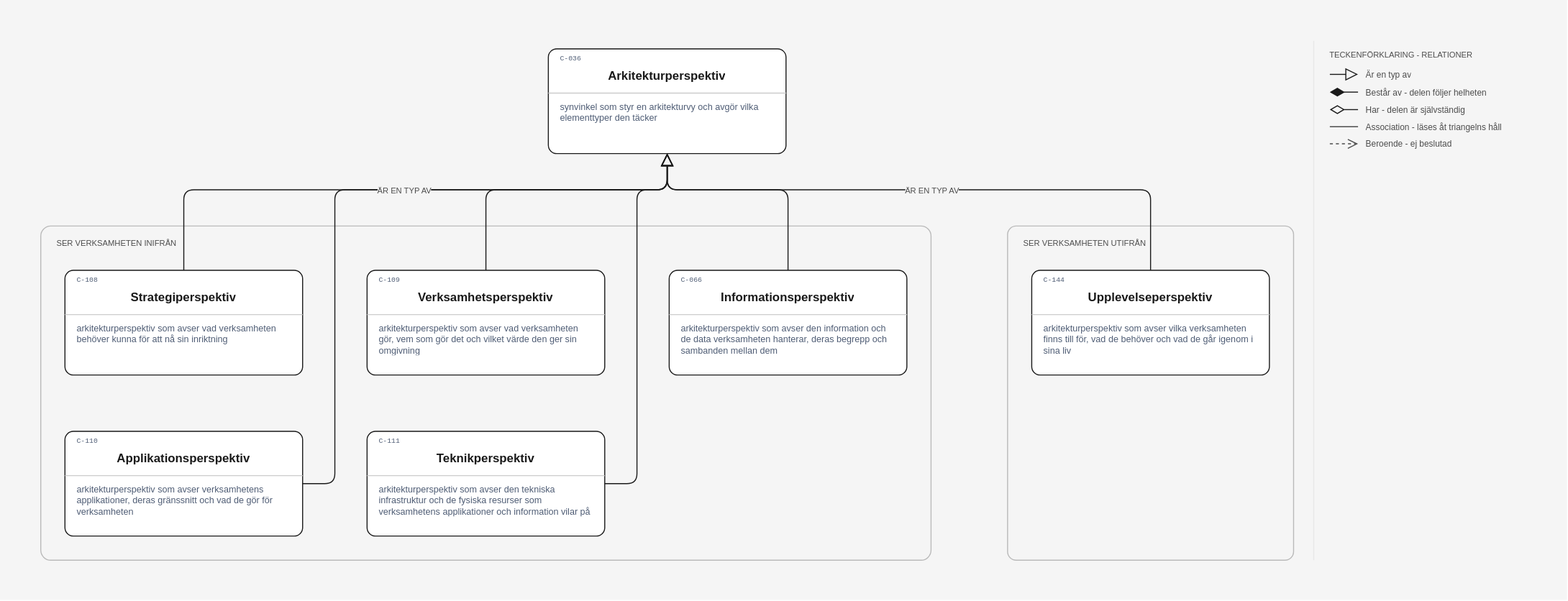
Above: layout/Arkitekturperspektiv.drawio.svg in nickdin/gestaltadet-katalog (draw.io), before the change. Source tidied: cells renumbered, new cells last; positions are measured from the earlier drawing's top-left corner, leaving out a move shared by most shapes.
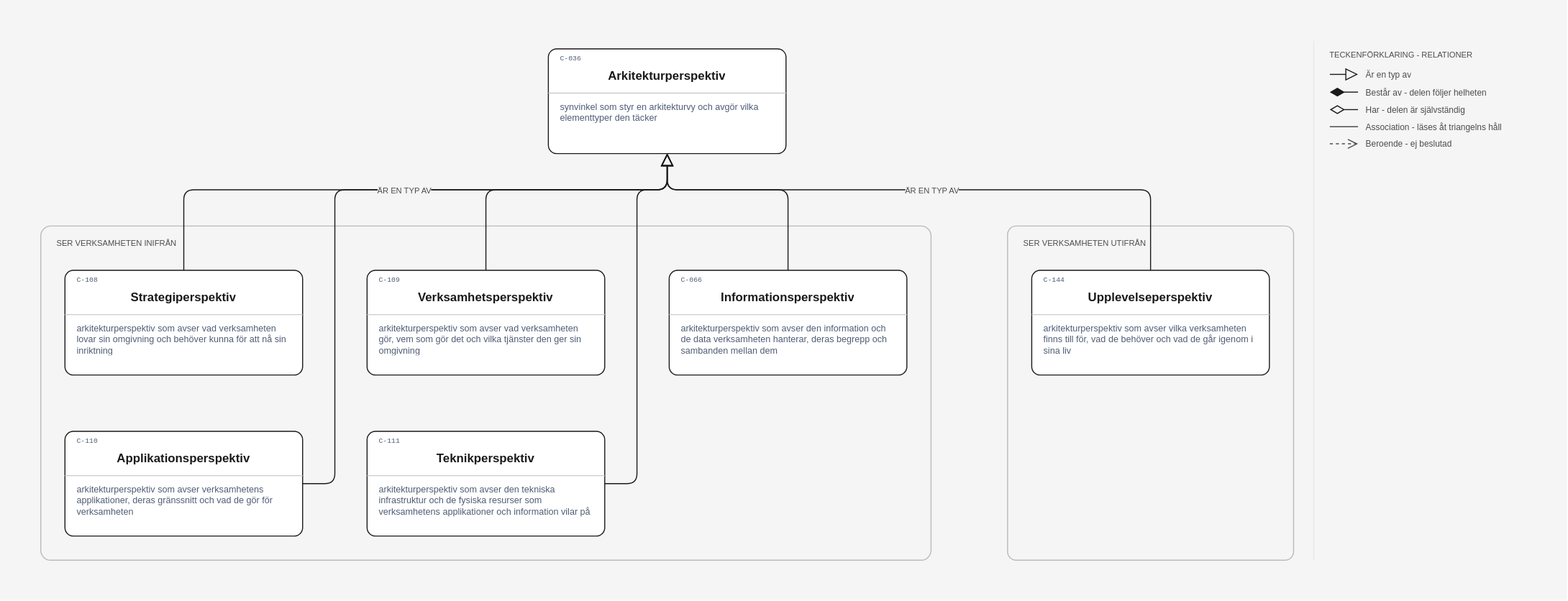
Above is the later version.

Commit message:
Ritningen Arkitekturperspektiv aktualiserad mot lagret: 0 pilar ändrade, 0 tillagda, 0 borttagna; definitionerna för Strategiperspektiv (C-108) och Verksamhetsperspektiv (C-109) hämtade ur katalogen

Alla sex generaliseringar till Arkitekturperspektiv (C-036) stämmer med lagrets generic-relationer. Rutorna byggdes om med catalog_sync.py och filen exporterades om med samma uppställning.

Stänger #75

Claude-Session: https://claude.ai/code/session_014hgawNBSmezrcKX8vMpay7

Change to the diagram source:
```diff
@@ -50,8 +50,8 @@
     <mxCell id="15" value="C-108" style="text;html=1;strokeColor=none;fillColor=none;align=left;verticalAlign=middle;whiteSpace=wrap;overflow=hidden;fontFamily=Courier New;fontSize=7;fontColor=#4f5d75;spacing=0;" parent="11" vertex="1">
       <mxGeometry x="12" y="5" width="60" height="10" as="geometry" />
     </mxCell>
-    <mxCell id="16" value="arkitekturperspektiv som avser vad verksamheten behöver kunna för att nå sin inriktning" style="text;html=1;strokeColor=none;fillColor=none;align=left;verticalAlign=top;whiteSpace=wrap;overflow=hidden;fontFamily=Helvetica;fontSize=9;fontColor=#4f5d75;spacing=0;spacingTop=0;" parent="11" vertex="1">
-      <mxGeometry x="12" y="48" width="212" height="26" as="geometry" />
+    <mxCell id="16" value="arkitekturperspektiv som avser vad verksamheten lovar sin omgivning och behöver kunna för att nå sin inriktning" style="text;html=1;strokeColor=none;fillColor=none;align=left;verticalAlign=top;whiteSpace=wrap;overflow=hidden;fontFamily=Helvetica;fontSize=9;fontColor=#4f5d75;spacing=0;spacingTop=0;" parent="11" vertex="1">
+      <mxGeometry x="12" y="48" width="212" height="37" as="geometry" />
     </mxCell>
     <mxCell id="17" style="group;" parent="1" vertex="1">
       <mxGeometry x="364" y="268" width="236" height="104" as="geometry" />
@@ -71,7 +71,7 @@
     <mxCell id="21" value="C-109" style="text;html=1;strokeColor=none;fillColor=none;align=left;verticalAlign=middle;whiteSpace=wrap;overflow=hidden;fontFamily=Courier New;fontSize=7;fontColor=#4f5d75;spacing=0;" parent="17" vertex="1">
       <mxGeometry x="12" y="5" width="60" height="10" as="geometry" />
     </mxCell>
-    <mxCell id="22" value="arkitekturperspektiv som avser vad verksamheten gör, vem som gör det och vilket värde den ger sin omgivning" style="text;html=1;strokeColor=none;fillColor=none;align=left;verticalAlign=top;whiteSpace=wrap;overflow=hidden;fontFamily=Helvetica;fontSize=9;fontColor=#4f5d75;spacing=0;spacingTop=0;" parent="17" vertex="1">
+    <mxCell id="22" value="arkitekturperspektiv som avser vad verksamheten gör, vem som gör det och vilka tjänster den ger sin omgivning" style="text;html=1;strokeColor=none;fillColor=none;align=left;verticalAlign=top;whiteSpace=wrap;overflow=hidden;fontFamily=Helvetica;fontSize=9;fontColor=#4f5d75;spacing=0;spacingTop=0;" parent="17" vertex="1">
       <mxGeometry x="12" y="48" width="212" height="37" as="geometry" />
     </mxCell>
     <mxCell id="23" style="group;" parent="1" vertex="1">
```
